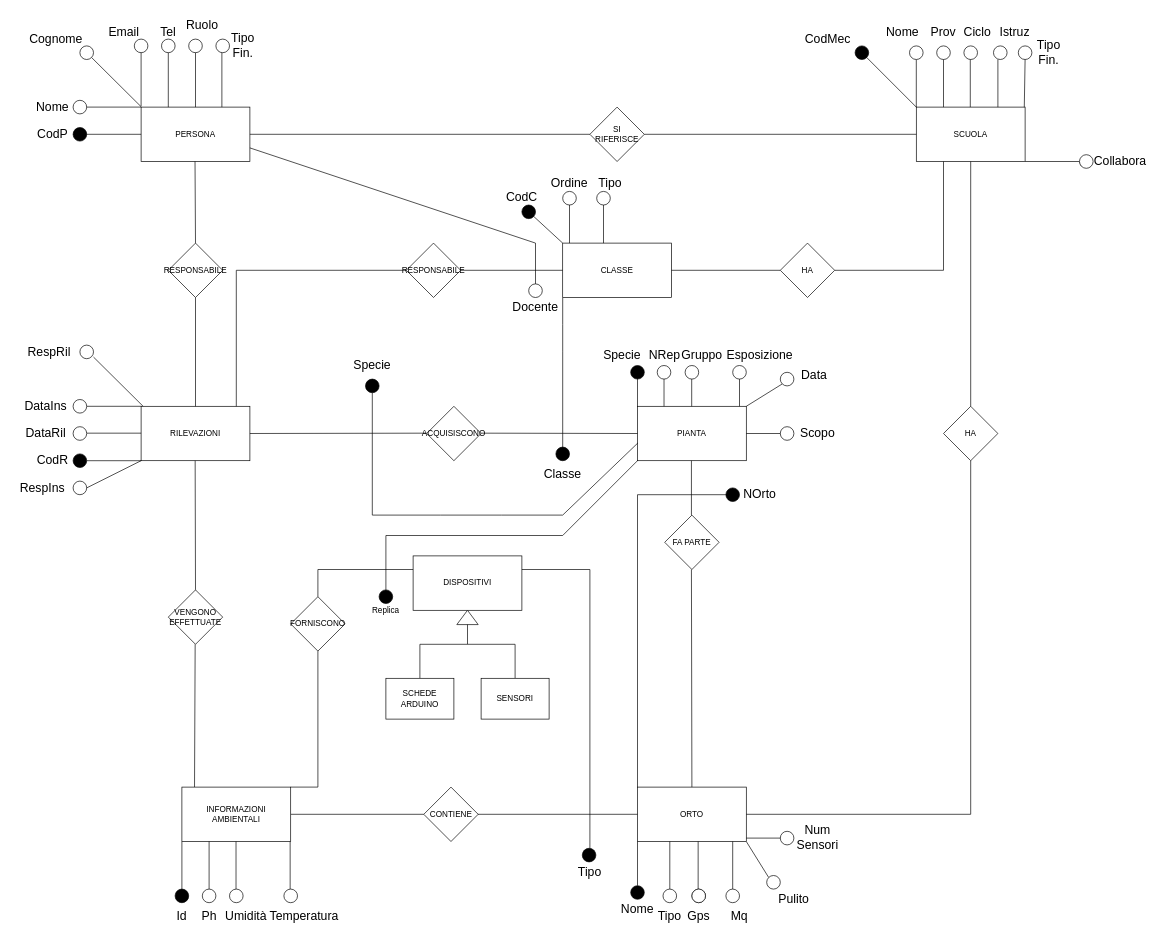
This is BD_ER_2023.drawio from pizzo-kyle/unige, a draw.io file, before an edit. Source tidied: cells renumbered, new cells numbered last; positions are measured from the earlier drawing's top-left corner, leaving out a move shared by most shapes. Both pictures are drawn from the tidied source at 68%, with x=0, y=0 at pixel (12, 12).
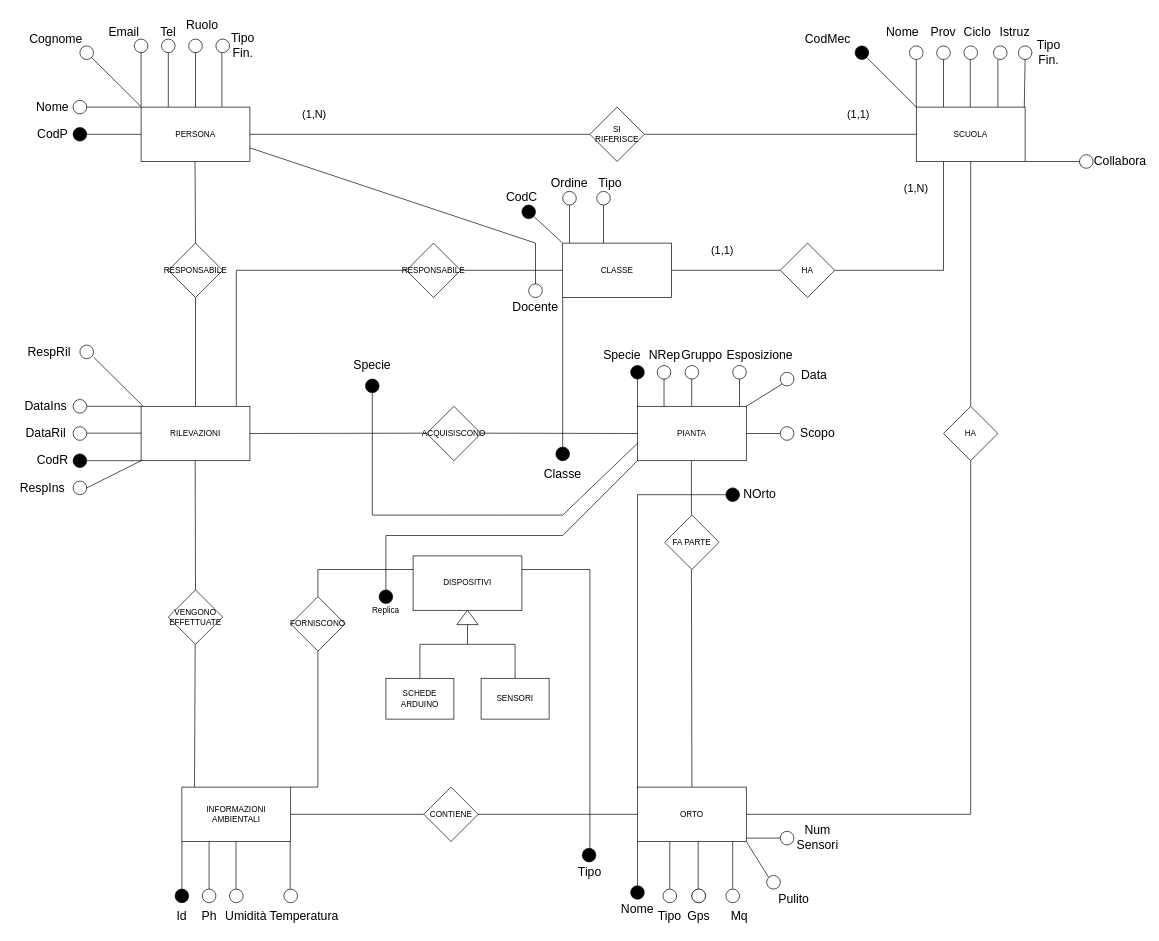
The same page after the edit.

What changed in the source:
```diff
@@
+    <mxCell id="186" value="&lt;font style=&quot;font-size: 16px;&quot;&gt;(1,N)&lt;/font&gt;" style="text;html=1;strokeColor=none;fillColor=none;align=center;verticalAlign=middle;whiteSpace=wrap;rounded=0;" parent="1" vertex="1">
+      <mxGeometry x="410" y="130" width="70" height="40" as="geometry" />
+    </mxCell>
+    <mxCell id="187" value="&lt;font style=&quot;font-size: 16px;&quot;&gt;(1,N)&lt;/font&gt;" style="text;html=1;strokeColor=none;fillColor=none;align=center;verticalAlign=middle;whiteSpace=wrap;rounded=0;" parent="1" vertex="1">
+      <mxGeometry x="1295" y="240" width="70" height="40" as="geometry" />
+    </mxCell>
+    <mxCell id="188" value="&lt;font style=&quot;font-size: 16px;&quot;&gt;(1,1)&lt;/font&gt;" style="text;html=1;strokeColor=none;fillColor=none;align=center;verticalAlign=middle;whiteSpace=wrap;rounded=0;" parent="1" vertex="1">
+      <mxGeometry x="1010" y="330" width="70" height="40" as="geometry" />
+    </mxCell>
+    <mxCell id="189" value="&lt;font style=&quot;font-size: 16px;&quot;&gt;(1,1)&lt;/font&gt;" style="text;html=1;strokeColor=none;fillColor=none;align=center;verticalAlign=middle;whiteSpace=wrap;rounded=0;" parent="1" vertex="1">
+      <mxGeometry x="1210" y="130" width="70" height="40" as="geometry" />
+    </mxCell>
```
